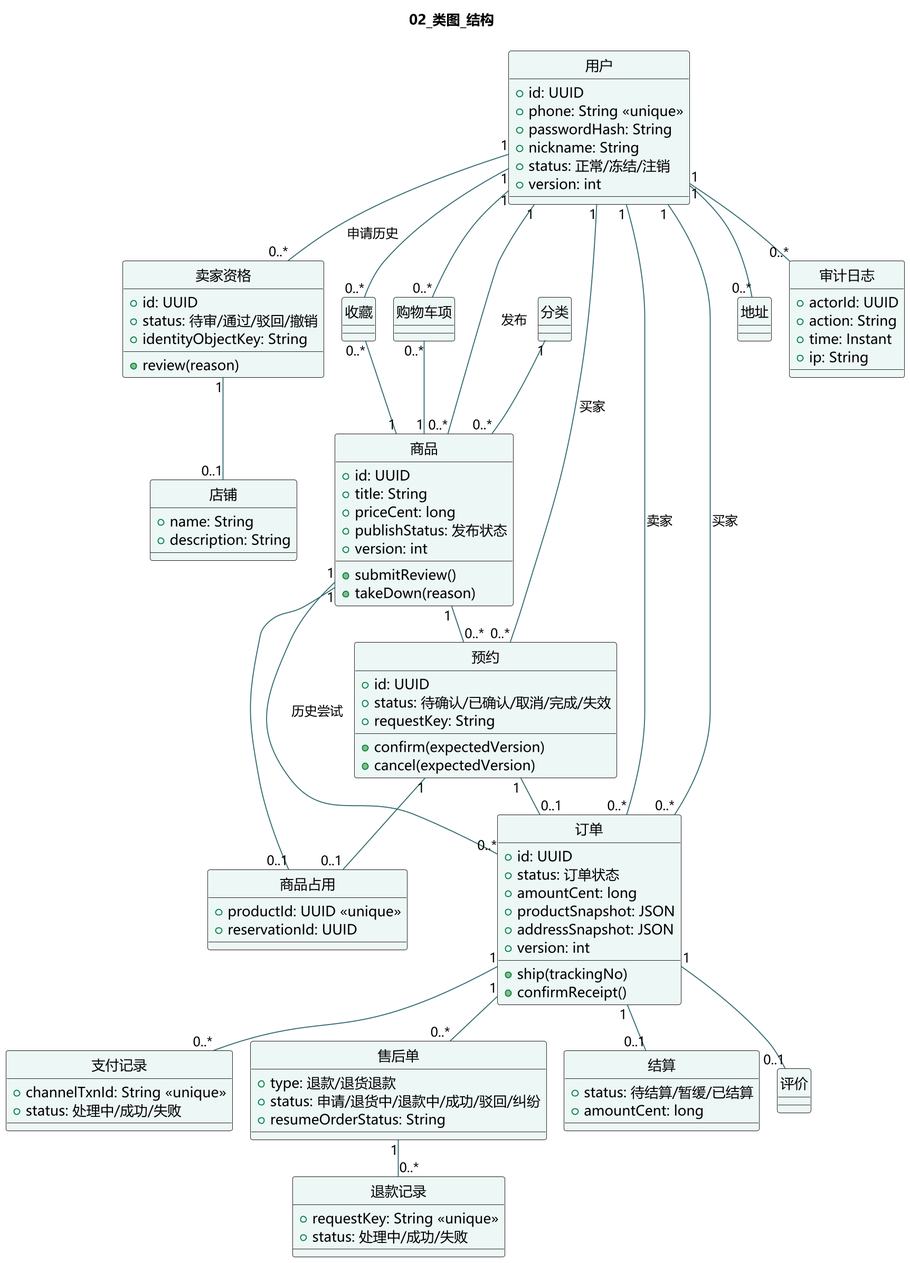
This is UML/02_类图_结构.png from SyEicL/Software-Engineer-Lab, a PlantUML export, as it was before one commit. Source of this version:
```plantuml
@startuml
!pragma layout smetana
skinparam defaultFontName Microsoft YaHei
skinparam dpi 180
skinparam shadowing false
skinparam backgroundColor #FFFFFF
skinparam ArrowColor #326B70
skinparam classBackgroundColor #EDF7F6
title 02_类图_结构
hide circle
class "用户" as User {
 +id: UUID
 +phone: String <<unique>>
 +passwordHash: String
 +nickname: String
 +status: 正常/冻结/注销
 +version: int
}
class "卖家资格" as Seller {
 +id: UUID
 +status: 待审/通过/驳回/撤销
 +identityObjectKey: String
 +review(reason)
}
class "店铺" as Shop {
 +name: String
 +description: String
}
class "商品" as Product {
 +id: UUID
 +title: String
 +priceCent: long
 +publishStatus: 发布状态
 +version: int
 +submitReview()
 +takeDown(reason)
}
class "分类" as Category
class "预约" as Reservation {
 +id: UUID
 +status: 待确认/已确认/取消/完成/失效
 +requestKey: String
 +confirm(expectedVersion)
 +cancel(expectedVersion)
}
class "商品占用" as Hold {
 +productId: UUID <<unique>>
 +reservationId: UUID
}
class "订单" as Order {
 +id: UUID
 +status: 订单状态
 +amountCent: long
 +productSnapshot: JSON
 +addressSnapshot: JSON
 +version: int
 +ship(trackingNo)
 +confirmReceipt()
}
class "支付记录" as Payment {
 +channelTxnId: String <<unique>>
 +status: 处理中/成功/失败
}
class "售后单" as AfterSale {
 +type: 退款/退货退款
 +status: 申请/退货中/退款中/成功/驳回/纠纷
 +resumeOrderStatus: String
}
class "退款记录" as Refund {
 +requestKey: String <<unique>>
 +status: 处理中/成功/失败
}
class "结算" as Settlement {
 +status: 待结算/暂缓/已结算
 +amountCent: long
}
class "收藏" as Favorite
class "购物车项" as CartItem
class "评价" as Review
class "地址" as Address
class "审计日志" as Audit {
 +actorId: UUID
 +action: String
 +time: Instant
 +ip: String
}
User "1" -- "0..*" Seller : 申请历史
Seller "1" -- "0..1" Shop
User "1" -- "0..*" Product : 发布
Category "1" -- "0..*" Product
User "1" -- "0..*" Reservation : 买家
Product "1" -- "0..*" Reservation
Product "1" -- "0..1" Hold
Reservation "1" -- "0..1" Hold
Reservation "1" -- "0..1" Order
User "1" -- "0..*" Order : 买家
User "1" -- "0..*" Order : 卖家
Product "1" -- "0..*" Order : 历史尝试
Order "1" -- "0..*" Payment
Order "1" -- "0..*" AfterSale
AfterSale "1" -- "0..*" Refund
Order "1" -- "0..1" Settlement
Order "1" -- "0..1" Review
User "1" -- "0..*" Address
User "1" -- "0..*" Favorite
Favorite "0..*" -- "1" Product
User "1" -- "0..*" CartItem
CartItem "0..*" -- "1" Product
User "1" -- "0..*" Audit
@enduml
```
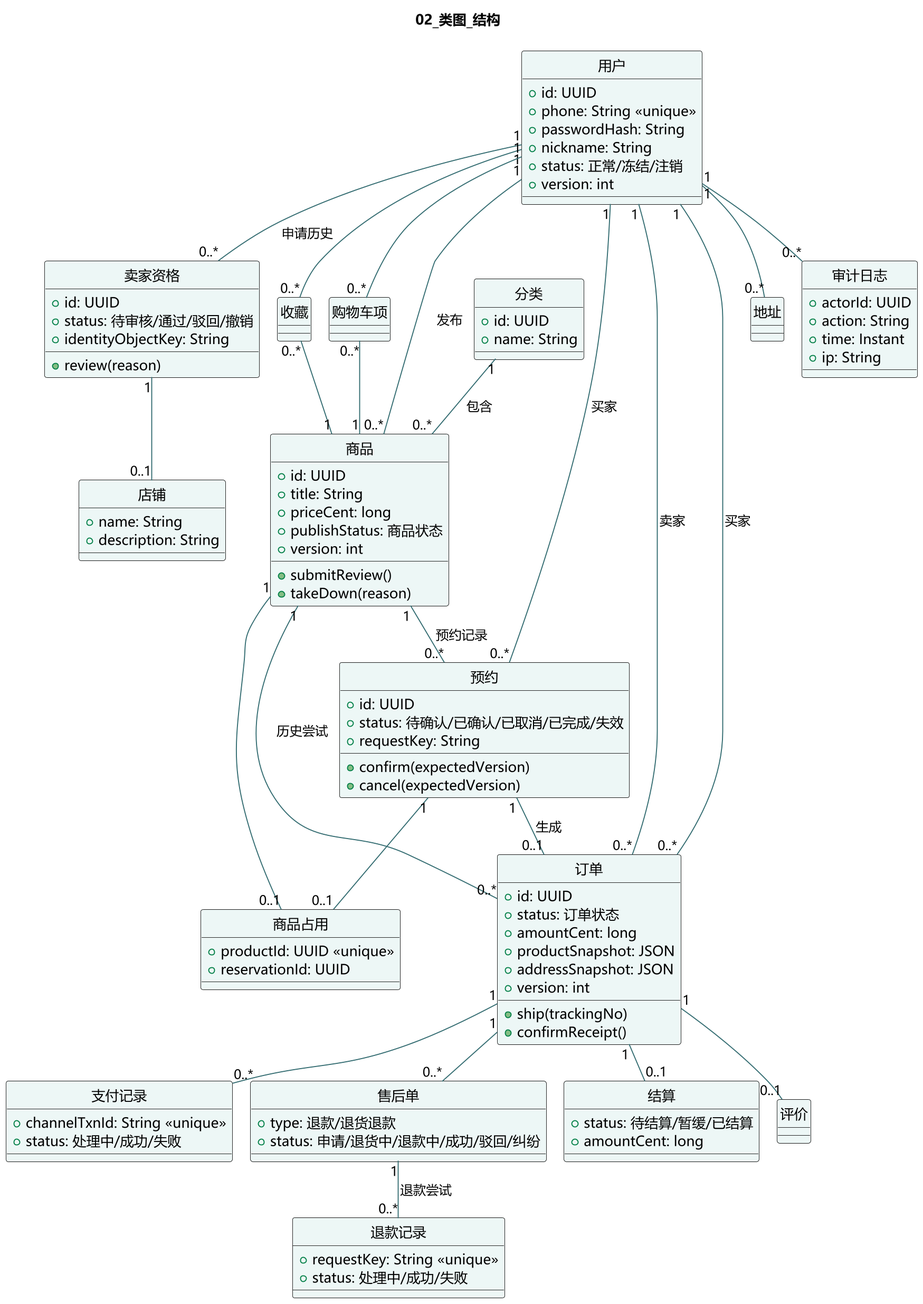
After the change.

Diff of the diagram source:
```diff
@@ -18,7 +18,7 @@
 }
 class "卖家资格" as Seller {
  +id: UUID
- +status: 待审/通过/驳回/撤销
+ +status: 待审核/通过/驳回/撤销
  +identityObjectKey: String
  +review(reason)
 }
@@ -30,15 +30,18 @@
  +id: UUID
  +title: String
  +priceCent: long
- +publishStatus: 发布状态
+ +publishStatus: 商品状态
  +version: int
  +submitReview()
  +takeDown(reason)
 }
-class "分类" as Category
+class "分类" as Category {
+ +id: UUID
+ +name: String
+}
 class "预约" as Reservation {
  +id: UUID
- +status: 待确认/已确认/取消/完成/失效
+ +status: 待确认/已确认/已取消/已完成/失效
  +requestKey: String
  +confirm(expectedVersion)
  +cancel(expectedVersion)
@@ -64,7 +67,6 @@
 class "售后单" as AfterSale {
  +type: 退款/退货退款
  +status: 申请/退货中/退款中/成功/驳回/纠纷
- +resumeOrderStatus: String
 }
 class "退款记录" as Refund {
  +requestKey: String <<unique>>
@@ -87,18 +89,18 @@
 User "1" -- "0..*" Seller : 申请历史
 Seller "1" -- "0..1" Shop
 User "1" -- "0..*" Product : 发布
-Category "1" -- "0..*" Product
+Category "1" -- "0..*" Product : 包含
 User "1" -- "0..*" Reservation : 买家
-Product "1" -- "0..*" Reservation
+Product "1" -- "0..*" Reservation : 预约记录
 Product "1" -- "0..1" Hold
 Reservation "1" -- "0..1" Hold
-Reservation "1" -- "0..1" Order
+Reservation "1" -- "0..1" Order : 生成
 User "1" -- "0..*" Order : 买家
 User "1" -- "0..*" Order : 卖家
 Product "1" -- "0..*" Order : 历史尝试
 Order "1" -- "0..*" Payment
 Order "1" -- "0..*" AfterSale
-AfterSale "1" -- "0..*" Refund
+AfterSale "1" -- "0..*" Refund : 退款尝试
 Order "1" -- "0..1" Settlement
 Order "1" -- "0..1" Review
 User "1" -- "0..*" Address
```
